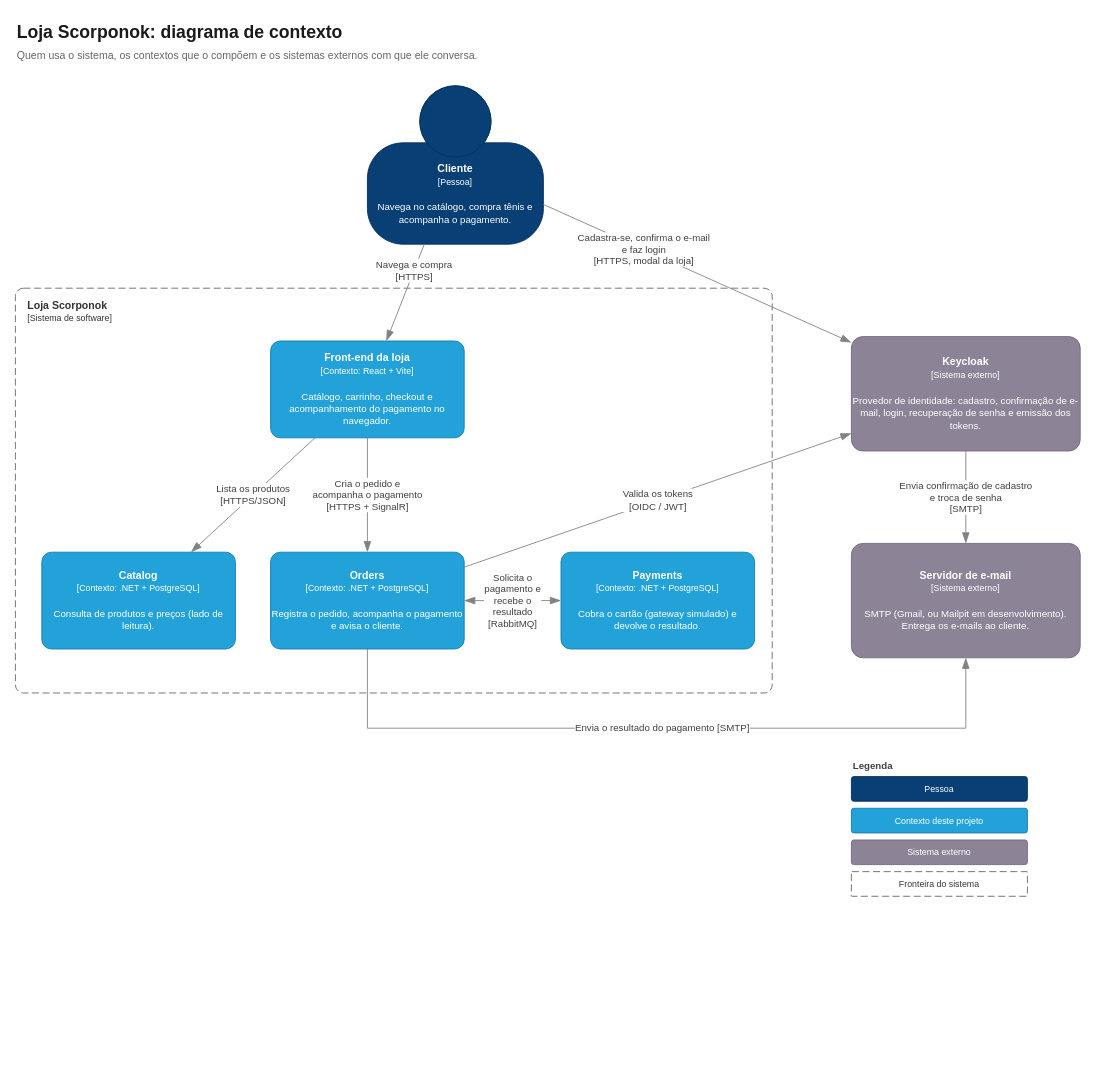
The draw.io diagram docs/diagrams/contexto.drawio in ArturRibeiro/scorpornok-ecommerce, before the edit. Source tidied: cells renumbered, new cells numbered last; positions are measured from the earlier drawing's top-left corner, leaving out a move shared by most shapes. Both pictures are drawn from the tidied source at 88%, with x=0, y=0 at pixel (15, 15).
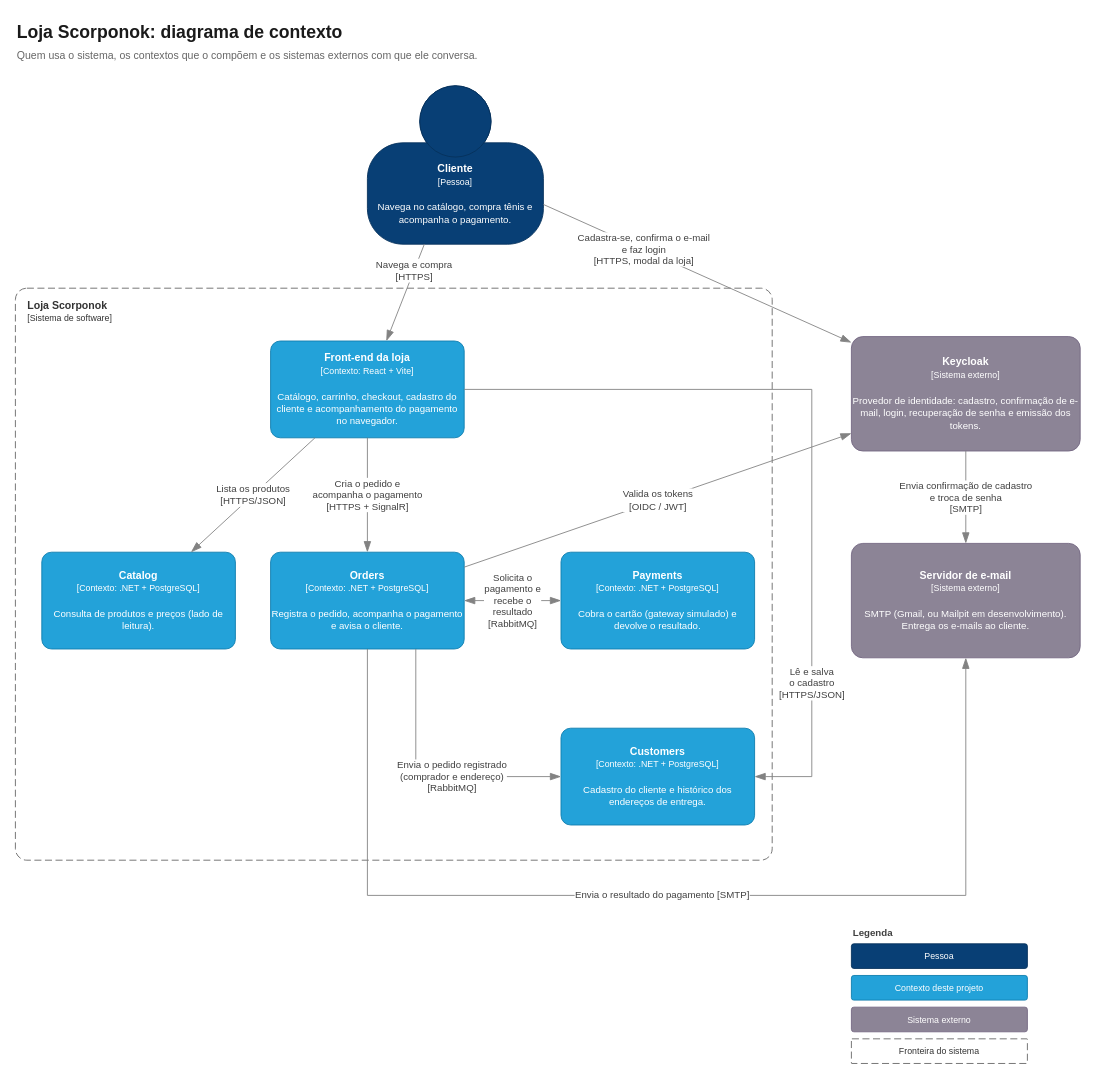
After the change.

The change refers to these unchanged cells:
```xml
<mxCell id="7" value="&lt;b&gt;Orders&lt;/b&gt;&lt;br&gt;&lt;font style=&quot;font-size:10px&quot;&gt;[Contexto: .NET + PostgreSQL]&lt;/font&gt;&lt;br&gt;&lt;br&gt;&lt;font style=&quot;font-size:11px&quot;&gt;Registra o pedido, acompanha o pagamento e avisa o cliente.&lt;/font&gt;" style="rounded=1;arcSize=10;html=1;whiteSpace=wrap;fontSize=12;fontColor=#ffffff;align=center;fillColor=#23A2D9;strokeColor=#0E7DAD;" parent="3" vertex="1">
  <mxGeometry x="290" y="300" width="220" height="110" as="geometry" />
</mxCell>
<mxCell id="10" value="&lt;b&gt;Servidor de e-mail&lt;/b&gt;&lt;br&gt;&lt;font style=&quot;font-size:10px&quot;&gt;[Sistema externo]&lt;/font&gt;&lt;br&gt;&lt;br&gt;&lt;font style=&quot;font-size:11px&quot;&gt;SMTP (Gmail, ou Mailpit em desenvolvimento). Entrega os e-mails ao cliente.&lt;/font&gt;" style="rounded=1;arcSize=10;html=1;whiteSpace=wrap;fontSize=12;fontColor=#ffffff;align=center;fillColor=#8C8496;strokeColor=#736782;" parent="1" vertex="1">
  <mxGeometry x="950" y="600" width="260" height="130" as="geometry" />
</mxCell>
```

The edit, as a diff of the source:
```diff
@@
     <mxCell id="3" value="&lt;b&gt;Loja Scorponok&lt;/b&gt;&lt;br&gt;&lt;font style=&quot;font-size:10px&quot;&gt;[Sistema de software]&lt;/font&gt;" style="rounded=1;arcSize=2;dashed=1;dashPattern=8 4;fillColor=none;strokeColor=#666666;html=1;whiteSpace=wrap;fontColor=#333333;fontSize=12;align=left;verticalAlign=top;spacingLeft=12;spacingTop=6;" parent="1" vertex="1">
-      <mxGeometry y="310" width="860" height="460" as="geometry" />
+      <mxGeometry y="310" width="860" height="650" as="geometry" />
     </mxCell>
@@
-    <mxCell id="5" value="&lt;b&gt;Front-end da loja&lt;/b&gt;&lt;br&gt;&lt;font style=&quot;font-size:10px&quot;&gt;[Contexto: React + Vite]&lt;/font&gt;&lt;br&gt;&lt;br&gt;&lt;font style=&quot;font-size:11px&quot;&gt;Catálogo, carrinho, checkout e acompanhamento do pagamento no navegador.&lt;/font&gt;" style="rounded=1;arcSize=10;html=1;whiteSpace=wrap;fontSize=12;fontColor=#ffffff;align=center;fillColor=#23A2D9;strokeColor=#0E7DAD;" parent="3" vertex="1">
+    <mxCell id="5" value="&lt;b&gt;Front-end da loja&lt;/b&gt;&lt;br&gt;&lt;font style=&quot;font-size:10px&quot;&gt;[Contexto: React + Vite]&lt;/font&gt;&lt;br&gt;&lt;br&gt;&lt;font style=&quot;font-size:11px&quot;&gt;Catálogo, carrinho, checkout, cadastro do cliente e acompanhamento do pagamento no navegador.&lt;/font&gt;" style="rounded=1;arcSize=10;html=1;whiteSpace=wrap;fontSize=12;fontColor=#ffffff;align=center;fillColor=#23A2D9;strokeColor=#0E7DAD;" parent="3" vertex="1">
       <mxGeometry x="290" y="60" width="220" height="110" as="geometry" />
     </mxCell>
@@
+    <mxCell id="24" value="&lt;b&gt;Customers&lt;/b&gt;&lt;br&gt;&lt;font style=&quot;font-size:10px&quot;&gt;[Contexto: .NET + PostgreSQL]&lt;/font&gt;&lt;br&gt;&lt;br&gt;&lt;font style=&quot;font-size:11px&quot;&gt;Cadastro do cliente e histórico dos endereços de entrega.&lt;/font&gt;" style="rounded=1;arcSize=10;html=1;whiteSpace=wrap;fontSize=12;fontColor=#ffffff;align=center;fillColor=#23A2D9;strokeColor=#0E7DAD;" parent="3" vertex="1">
+      <mxGeometry x="620" y="500" width="220" height="110" as="geometry" />
+    </mxCell>
@@
+    <mxCell id="25" value="Lê e salva&lt;br&gt;o cadastro&lt;br&gt;[HTTPS/JSON]" style="endArrow=blockThin;endFill=1;endSize=10;html=1;fontSize=11;fontColor=#404040;strokeColor=#828282;labelBackgroundColor=#ffffff;rounded=0;edgeStyle=orthogonalEdgeStyle;exitX=1;exitY=0.5;exitDx=0;exitDy=0;entryX=1;entryY=0.5;entryDx=0;entryDy=0;" parent="1" edge="1" source="5" target="24">
+      <mxGeometry x="0.62" relative="1" as="geometry">
+        <Array as="points">
+          <mxPoint x="905" y="425" />
+          <mxPoint x="905" y="865" />
+        </Array>
+      </mxGeometry>
+    </mxCell>
+    <mxCell id="26" value="Envia o pedido registrado&lt;br&gt;(comprador e endereço)&lt;br&gt;[RabbitMQ]" style="endArrow=blockThin;endFill=1;endSize=10;html=1;fontSize=11;fontColor=#404040;strokeColor=#828282;labelBackgroundColor=#ffffff;rounded=0;edgeStyle=orthogonalEdgeStyle;exitX=0.75;exitY=1;exitDx=0;exitDy=0;entryX=0;entryY=0.5;entryDx=0;entryDy=0;" parent="1" edge="1" source="7" target="24">
+      <mxGeometry x="0.2" relative="1" as="geometry">
+        <Array as="points">
+          <mxPoint x="455" y="865" />
+        </Array>
+      </mxGeometry>
+    </mxCell>
@@
     <mxCell id="17" value="Envia o resultado do pagamento [SMTP]" style="endArrow=blockThin;endFill=1;endSize=10;html=1;fontSize=11;fontColor=#404040;strokeColor=#828282;labelBackgroundColor=#ffffff;rounded=0;edgeStyle=orthogonalEdgeStyle;exitX=0.5;exitY=1;exitDx=0;exitDy=0;entryX=0.5;entryY=1;entryDx=0;entryDy=0;" parent="1" edge="1" source="7" target="10">
       <mxGeometry relative="1" as="geometry">
         <Array as="points">
-          <mxPoint x="400" y="810" />
-          <mxPoint x="1080" y="810" />
+          <mxPoint x="400" y="1000" />
+          <mxPoint x="1080" y="1000" />
         </Array>
       </mxGeometry>
     </mxCell>
@@
     <mxCell id="19" value="&lt;b&gt;Legenda&lt;/b&gt;" style="text;html=1;align=left;fontSize=11;fontColor=#404040;" parent="1" vertex="1">
-      <mxGeometry x="950" y="840" width="200" height="20" as="geometry" />
+      <mxGeometry x="950" y="1030" width="200" height="20" as="geometry" />
     </mxCell>
     <mxCell id="20" value="Pessoa" style="rounded=1;arcSize=10;html=1;whiteSpace=wrap;fontSize=12;fontColor=#ffffff;align=center;fillColor=#083F75;strokeColor=#06315C;fontSize=10;" parent="1" vertex="1">
-      <mxGeometry x="950" y="865" width="200" height="28" as="geometry" />
+      <mxGeometry x="950" y="1055" width="200" height="28" as="geometry" />
     </mxCell>
     <mxCell id="21" value="Contexto deste projeto" style="rounded=1;arcSize=10;html=1;whiteSpace=wrap;fontSize=12;fontColor=#ffffff;align=center;fillColor=#23A2D9;strokeColor=#0E7DAD;fontSize=10;" parent="1" vertex="1">
-      <mxGeometry x="950" y="901" width="200" height="28" as="geometry" />
+      <mxGeometry x="950" y="1091" width="200" height="28" as="geometry" />
     </mxCell>
     <mxCell id="22" value="Sistema externo" style="rounded=1;arcSize=10;html=1;whiteSpace=wrap;fontSize=12;fontColor=#ffffff;align=center;fillColor=#8C8496;strokeColor=#736782;fontSize=10;" parent="1" vertex="1">
-      <mxGeometry x="950" y="937" width="200" height="28" as="geometry" />
+      <mxGeometry x="950" y="1127" width="200" height="28" as="geometry" />
     </mxCell>
     <mxCell id="23" value="Fronteira do sistema" style="rounded=1;arcSize=2;dashed=1;dashPattern=8 4;fillColor=none;strokeColor=#666666;html=1;whiteSpace=wrap;fontColor=#333333;fontSize=12;align=center;fontSize=10;" parent="1" vertex="1">
-      <mxGeometry x="950" y="973" width="200" height="28" as="geometry" />
+      <mxGeometry x="950" y="1163" width="200" height="28" as="geometry" />
     </mxCell>
```
